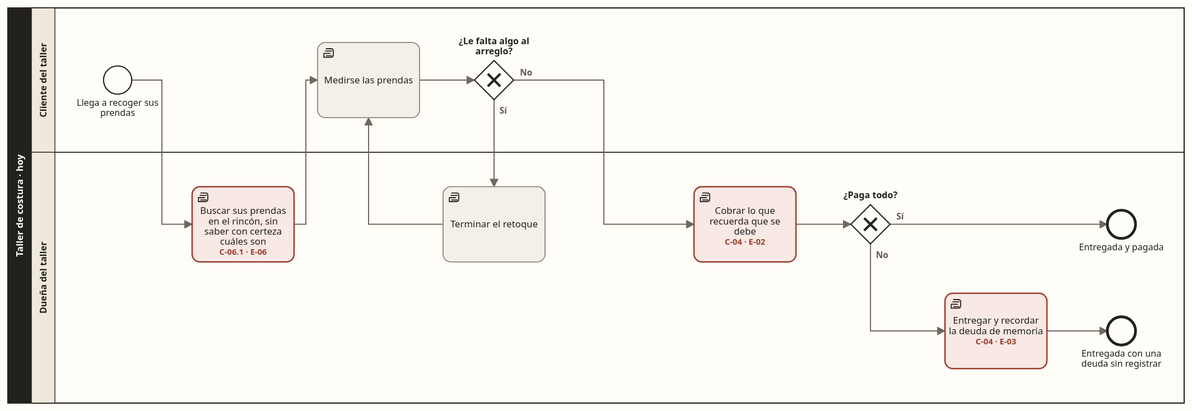
This is docs/01-problema/procesos/actual-3-entrega-y-cobro.svg from Aryannext/El-taller-ines, a BPMN export, as it was before one commit. Its source is kept beside it as docs/01-problema/procesos/actual-3-entrega-y-cobro.bpmn. Ids are renumbered.
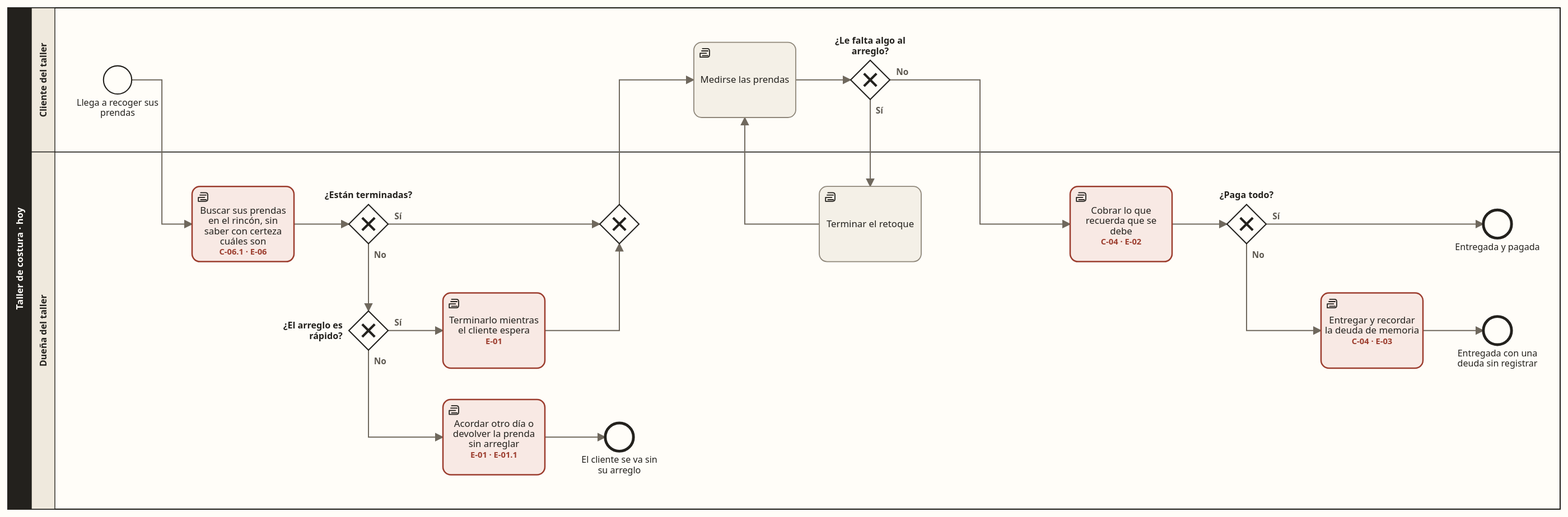
The same diagram one commit later.

What changed in the source:
```diff
@@ -11,6 +11,12 @@
       </bpmn:lane>
       <bpmn:lane id="Carril_duena" name="Dueña del taller">
         <bpmn:flowNodeRef>busca</bpmn:flowNodeRef>
+        <bpmn:flowNodeRef>terminadas</bpmn:flowNodeRef>
+        <bpmn:flowNodeRef>rapido</bpmn:flowNodeRef>
+        <bpmn:flowNodeRef>espera</bpmn:flowNodeRef>
+        <bpmn:flowNodeRef>otro_dia</bpmn:flowNodeRef>
+        <bpmn:flowNodeRef>sin_prenda</bpmn:flowNodeRef>
+        <bpmn:flowNodeRef>une</bpmn:flowNodeRef>
         <bpmn:flowNodeRef>retoque</bpmn:flowNodeRef>
         <bpmn:flowNodeRef>cobra</bpmn:flowNodeRef>
         <bpmn:flowNodeRef>paga</bpmn:flowNodeRef>
@@ -27,62 +33,97 @@
       <bpmn:incoming>Flujo_0</bpmn:incoming>
       <bpmn:outgoing>Flujo_1</bpmn:outgoing>
     </bpmn:manualTask>
+    <bpmn:exclusiveGateway id="terminadas" name="¿Están terminadas?">
+      <bpmn:incoming>Flujo_1</bpmn:incoming>
+      <bpmn:outgoing>Flujo_2</bpmn:outgoing>
+      <bpmn:outgoing>Flujo_3</bpmn:outgoing>
+    </bpmn:exclusiveGateway>
+    <bpmn:exclusiveGateway id="rapido" name="¿El arreglo es rápido?">
+      <bpmn:incoming>Flujo_3</bpmn:incoming>
+      <bpmn:outgoing>Flujo_4</bpmn:outgoing>
+      <bpmn:outgoing>Flujo_5</bpmn:outgoing>
+    </bpmn:exclusiveGateway>
+    <bpmn:manualTask id="espera" name="Terminarlo mientras el cliente espera&#10;E-01">
+      <bpmn:documentation>E-01</bpmn:documentation>
+      <bpmn:incoming>Flujo_4</bpmn:incoming>
+      <bpmn:outgoing>Flujo_6</bpmn:outgoing>
+    </bpmn:manualTask>
+    <bpmn:manualTask id="otro_dia" name="Acordar otro día o devolver la prenda sin arreglar&#10;E-01 · E-01.1">
+      <bpmn:documentation>E-01 · E-01.1</bpmn:documentation>
+      <bpmn:incoming>Flujo_5</bpmn:incoming>
+      <bpmn:outgoing>Flujo_7</bpmn:outgoing>
+    </bpmn:manualTask>
+    <bpmn:endEvent id="sin_prenda" name="El cliente se va sin su arreglo">
+      <bpmn:incoming>Flujo_7</bpmn:incoming>
+    </bpmn:endEvent>
+    <bpmn:exclusiveGateway id="une">
+      <bpmn:incoming>Flujo_2</bpmn:incoming>
+      <bpmn:incoming>Flujo_6</bpmn:incoming>
+      <bpmn:outgoing>Flujo_8</bpmn:outgoing>
+    </bpmn:exclusiveGateway>
     <bpmn:manualTask id="mide" name="Medirse las prendas">
-      <bpmn:incoming>Flujo_1</bpmn:incoming>
-      <bpmn:incoming>Flujo_4</bpmn:incoming>
-      <bpmn:outgoing>Flujo_2</bpmn:outgoing>
+      <bpmn:incoming>Flujo_8</bpmn:incoming>
+      <bpmn:incoming>Flujo_11</bpmn:incoming>
+      <bpmn:outgoing>Flujo_9</bpmn:outgoing>
     </bpmn:manualTask>
     <bpmn:exclusiveGateway id="falta" name="¿Le falta algo al arreglo?">
-      <bpmn:incoming>Flujo_2</bpmn:incoming>
-      <bpmn:outgoing>Flujo_3</bpmn:outgoing>
-      <bpmn:outgoing>Flujo_5</bpmn:outgoing>
+      <bpmn:incoming>Flujo_9</bpmn:incoming>
+      <bpmn:outgoing>Flujo_10</bpmn:outgoing>
+      <bpmn:outgoing>Flujo_12</bpmn:outgoing>
     </bpmn:exclusiveGateway>
     <bpmn:manualTask id="retoque" name="Terminar el retoque">
-      <bpmn:incoming>Flujo_3</bpmn:incoming>
-      <bpmn:outgoing>Flujo_4</bpmn:outgoing>
+      <bpmn:incoming>Flujo_10</bpmn:incoming>
+      <bpmn:outgoing>Flujo_11</bpmn:outgoing>
     </bpmn:manualTask>
     <bpmn:manualTask id="cobra" name="Cobrar lo que recuerda que se debe&#10;C-04 · E-02">
       <bpmn:documentation>C-04 · E-02</bpmn:documentation>
-      <bpmn:incoming>Flujo_5</bpmn:incoming>
-      <bpmn:outgoing>Flujo_6</bpmn:outgoing>
+      <bpmn:incoming>Flujo_12</bpmn:incoming>
+      <bpmn:outgoing>Flujo_13</bpmn:outgoing>
     </bpmn:manualTask>
     <bpmn:exclusiveGateway id="paga" name="¿Paga todo?">
-      <bpmn:incoming>Flujo_6</bpmn:incoming>
-      <bpmn:outgoing>Flujo_7</bpmn:outgoing>
-      <bpmn:outgoing>Flujo_8</bpmn:outgoing>
+      <bpmn:incoming>Flujo_13</bpmn:incoming>
+      <bpmn:outgoing>Flujo_14</bpmn:outgoing>
+      <bpmn:outgoing>Flujo_15</bpmn:outgoing>
     </bpmn:exclusiveGateway>
     <bpmn:endEvent id="pagada" name="Entregada y pagada">
-      <bpmn:incoming>Flujo_7</bpmn:incoming>
+      <bpmn:incoming>Flujo_14</bpmn:incoming>
     </bpmn:endEvent>
     <bpmn:manualTask id="deuda" name="Entregar y recordar la deuda de memoria&#10;C-04 · E-03">
       <bpmn:documentation>C-04 · E-03</bpmn:documentation>
-      <bpmn:incoming>Flujo_8</bpmn:incoming>
-      <bpmn:outgoing>Flujo_9</bpmn:outgoing>
+      <bpmn:incoming>Flujo_15</bpmn:incoming>
+      <bpmn:outgoing>Flujo_16</bpmn:outgoing>
     </bpmn:manualTask>
     <bpmn:endEvent id="con_deuda" name="Entregada con una deuda sin registrar">
-      <bpmn:incoming>Flujo_9</bpmn:incoming>
+      <bpmn:incoming>Flujo_16</bpmn:incoming>
     </bpmn:endEvent>
     <bpmn:sequenceFlow id="Flujo_0" sourceRef="llega" targetRef="busca" />
-    <bpmn:sequenceFlow id="Flujo_1" sourceRef="busca" targetRef="mide" />
-    <bpmn:sequenceFlow id="Flujo_2" sourceRef="mide" targetRef="falta" />
-    <bpmn:sequenceFlow id="Flujo_3" name="Sí" sourceRef="falta" targetRef="retoque" />
-    <bpmn:sequenceFlow id="Flujo_4" sourceRef="retoque" targetRef="mide" />
-    <bpmn:sequenceFlow id="Flujo_5" name="No" sourceRef="falta" targetRef="cobra" />
-    <bpmn:sequenceFlow id="Flujo_6" sourceRef="cobra" targetRef="paga" />
-    <bpmn:sequenceFlow id="Flujo_7" name="Sí" sourceRef="paga" targetRef="pagada" />
-    <bpmn:sequenceFlow id="Flujo_8" name="No" sourceRef="paga" targetRef="deuda" />
-    <bpmn:sequenceFlow id="Flujo_9" sourceRef="deuda" targetRef="con_deuda" />
+    <bpmn:sequenceFlow id="Flujo_1" sourceRef="busca" targetRef="terminadas" />
+    <bpmn:sequenceFlow id="Flujo_2" name="Sí" sourceRef="terminadas" targetRef="une" />
+    <bpmn:sequenceFlow id="Flujo_3" name="No" sourceRef="terminadas" targetRef="rapido" />
+    <bpmn:sequenceFlow id="Flujo_4" name="Sí" sourceRef="rapido" targetRef="espera" />
+    <bpmn:sequenceFlow id="Flujo_5" name="No" sourceRef="rapido" targetRef="otro_dia" />
+    <bpmn:sequenceFlow id="Flujo_6" sourceRef="espera" targetRef="une" />
+    <bpmn:sequenceFlow id="Flujo_7" sourceRef="otro_dia" targetRef="sin_prenda" />
+    <bpmn:sequenceFlow id="Flujo_8" sourceRef="une" targetRef="mide" />
+    <bpmn:sequenceFlow id="Flujo_9" sourceRef="mide" targetRef="falta" />
+    <bpmn:sequenceFlow id="Flujo_10" name="Sí" sourceRef="falta" targetRef="retoque" />
+    <bpmn:sequenceFlow id="Flujo_11" sourceRef="retoque" targetRef="mide" />
+    <bpmn:sequenceFlow id="Flujo_12" name="No" sourceRef="falta" targetRef="cobra" />
+    <bpmn:sequenceFlow id="Flujo_13" sourceRef="cobra" targetRef="paga" />
+    <bpmn:sequenceFlow id="Flujo_14" name="Sí" sourceRef="paga" targetRef="pagada" />
+    <bpmn:sequenceFlow id="Flujo_15" name="No" sourceRef="paga" targetRef="deuda" />
+    <bpmn:sequenceFlow id="Flujo_16" sourceRef="deuda" targetRef="con_deuda" />
   </bpmn:process>
   <bpmndi:BPMNDiagram id="Diagrama">
     <bpmndi:BPMNPlane id="Plano" bpmnElement="Colaboracion">
       <bpmndi:BPMNShape id="Participante_di" bpmnElement="Participante" isHorizontal="true">
-        <dc:Bounds x="10" y="10" width="1500" height="504" />
+        <dc:Bounds x="10" y="10" width="1980" height="640" />
       </bpmndi:BPMNShape>
       <bpmndi:BPMNShape id="Carril_cliente_di" bpmnElement="Carril_cliente" isHorizontal="true">
-        <dc:Bounds x="40" y="10" width="1470" height="184" />
+        <dc:Bounds x="40" y="10" width="1950" height="184" />
       </bpmndi:BPMNShape>
       <bpmndi:BPMNShape id="Carril_duena_di" bpmnElement="Carril_duena" isHorizontal="true">
-        <dc:Bounds x="40" y="194" width="1470" height="320" />
+        <dc:Bounds x="40" y="194" width="1950" height="456" />
       </bpmndi:BPMNShape>
       <bpmndi:BPMNShape id="llega_di" bpmnElement="llega">
         <dc:Bounds x="132" y="84" width="36" height="36" />
@@ -90,29 +131,47 @@
       <bpmndi:BPMNShape id="busca_di" bpmnElement="busca">
         <dc:Bounds x="245" y="238" width="130" height="96" />
       </bpmndi:BPMNShape>
+      <bpmndi:BPMNShape id="terminadas_di" bpmnElement="terminadas" isMarkerVisible="true">
+        <dc:Bounds x="445" y="261" width="50" height="50" />
+      </bpmndi:BPMNShape>
+      <bpmndi:BPMNShape id="rapido_di" bpmnElement="rapido" isMarkerVisible="true">
+        <dc:Bounds x="445" y="397" width="50" height="50" />
+      </bpmndi:BPMNShape>
+      <bpmndi:BPMNShape id="espera_di" bpmnElement="espera">
+        <dc:Bounds x="565" y="374" width="130" height="96" />
+      </bpmndi:BPMNShape>
+      <bpmndi:BPMNShape id="otro_dia_di" bpmnElement="otro_dia">
+        <dc:Bounds x="565" y="510" width="130" height="96" />
+      </bpmndi:BPMNShape>
+      <bpmndi:BPMNShape id="sin_prenda_di" bpmnElement="sin_prenda">
+        <dc:Bounds x="772" y="540" width="36" height="36" />
+      </bpmndi:BPMNShape>
+      <bpmndi:BPMNShape id="une_di" bpmnElement="une" isMarkerVisible="true">
+        <dc:Bounds x="765" y="261" width="50" height="50" />
+      </bpmndi:BPMNShape>
       <bpmndi:BPMNShape id="mide_di" bpmnElement="mide">
-        <dc:Bounds x="405" y="54" width="130" height="96" />
+        <dc:Bounds x="885" y="54" width="130" height="96" />
       </bpmndi:BPMNShape>
       <bpmndi:BPMNShape id="falta_di" bpmnElement="falta" isMarkerVisible="true">
-        <dc:Bounds x="605" y="77" width="50" height="50" />
+        <dc:Bounds x="1085" y="77" width="50" height="50" />
       </bpmndi:BPMNShape>
       <bpmndi:BPMNShape id="retoque_di" bpmnElement="retoque">
-        <dc:Bounds x="565" y="238" width="130" height="96" />
+        <dc:Bounds x="1045" y="238" width="130" height="96" />
       </bpmndi:BPMNShape>
       <bpmndi:BPMNShape id="cobra_di" bpmnElement="cobra">
-        <dc:Bounds x="885" y="238" width="130" height="96" />
+        <dc:Bounds x="1365" y="238" width="130" height="96" />
       </bpmndi:BPMNShape>
       <bpmndi:BPMNShape id="paga_di" bpmnElement="paga" isMarkerVisible="true">
-        <dc:Bounds x="1085" y="261" width="50" height="50" />
+        <dc:Bounds x="1565" y="261" width="50" height="50" />
       </bpmndi:BPMNShape>
       <bpmndi:BPMNShape id="pagada_di" bpmnElement="pagada">
-        <dc:Bounds x="1412" y="268" width="36" height="36" />
+        <dc:Bounds x="1892" y="268" width="36" height="36" />
       </bpmndi:BPMNShape>
       <bpmndi:BPMNShape id="deuda_di" bpmnElement="deuda">
-        <dc:Bounds x="1205" y="374" width="130" height="96" />
+        <dc:Bounds x="1685" y="374" width="130" height="96" />
       </bpmndi:BPMNShape>
       <bpmndi:BPMNShape id="con_deuda_di" bpmnElement="con_deuda">
-        <dc:Bounds x="1412" y="404" width="36" height="36" />
+        <dc:Bounds x="1892" y="404" width="36" height="36" />
       </bpmndi:BPMNShape>
       <bpmndi:BPMNEdge id="Flujo_0_di" bpmnElement="Flujo_0">
         <di:waypoint x="168" y="102" />
@@ -122,57 +181,98 @@
       </bpmndi:BPMNEdge>
       <bpmndi:BPMNEdge id="Flujo_1_di" bpmnElement="Flujo_1">
         <di:waypoint x="375" y="286" />
-        <di:waypoint x="390" y="286" />
-        <di:waypoint x="390" y="102" />
-        <di:waypoint x="405" y="102" />
+        <di:waypoint x="445" y="286" />
       </bpmndi:BPMNEdge>
       <bpmndi:BPMNEdge id="Flujo_2_di" bpmnElement="Flujo_2">
-        <di:waypoint x="535" y="102" />
-        <di:waypoint x="605" y="102" />
+        <di:waypoint x="495" y="286" />
+        <di:waypoint x="765" y="286" />
+        <bpmndi:BPMNLabel>
+          <dc:Bounds x="503" y="268" width="22" height="14" />
+        </bpmndi:BPMNLabel>
       </bpmndi:BPMNEdge>
       <bpmndi:BPMNEdge id="Flujo_3_di" bpmnElement="Flujo_3">
-        <di:waypoint x="630" y="127" />
-        <di:waypoint x="630" y="238" />
+        <di:waypoint x="470" y="311" />
+        <di:waypoint x="470" y="397" />
         <bpmndi:BPMNLabel>
-          <dc:Bounds x="637" y="133" width="22" height="14" />
+          <dc:Bounds x="477" y="317" width="22" height="14" />
         </bpmndi:BPMNLabel>
       </bpmndi:BPMNEdge>
       <bpmndi:BPMNEdge id="Flujo_4_di" bpmnElement="Flujo_4">
-        <di:waypoint x="565" y="286" />
-        <di:waypoint x="470" y="286" />
-        <di:waypoint x="470" y="150" />
+        <di:waypoint x="495" y="422" />
+        <di:waypoint x="565" y="422" />
+        <bpmndi:BPMNLabel>
+          <dc:Bounds x="503" y="404" width="22" height="14" />
+        </bpmndi:BPMNLabel>
       </bpmndi:BPMNEdge>
       <bpmndi:BPMNEdge id="Flujo_5_di" bpmnElement="Flujo_5">
-        <di:waypoint x="655" y="102" />
-        <di:waypoint x="770" y="102" />
-        <di:waypoint x="770" y="286" />
-        <di:waypoint x="885" y="286" />
+        <di:waypoint x="470" y="447" />
+        <di:waypoint x="470" y="558" />
+        <di:waypoint x="565" y="558" />
         <bpmndi:BPMNLabel>
-          <dc:Bounds x="663" y="84" width="22" height="14" />
+          <dc:Bounds x="477" y="453" width="22" height="14" />
         </bpmndi:BPMNLabel>
       </bpmndi:BPMNEdge>
       <bpmndi:BPMNEdge id="Flujo_6_di" bpmnElement="Flujo_6">
-        <di:waypoint x="1015" y="286" />
-        <di:waypoint x="1085" y="286" />
+        <di:waypoint x="695" y="422" />
+        <di:waypoint x="790" y="422" />
+        <di:waypoint x="790" y="311" />
       </bpmndi:BPMNEdge>
       <bpmndi:BPMNEdge id="Flujo_7_di" bpmnElement="Flujo_7">
-        <di:waypoint x="1135" y="286" />
-        <di:waypoint x="1412" y="286" />
+        <di:waypoint x="695" y="558" />
+        <di:waypoint x="772" y="558" />
+      </bpmndi:BPMNEdge>
+      <bpmndi:BPMNEdge id="Flujo_8_di" bpmnElement="Flujo_8">
+        <di:waypoint x="790" y="261" />
+        <di:waypoint x="790" y="102" />
+        <di:waypoint x="885" y="102" />
+      </bpmndi:BPMNEdge>
+      <bpmndi:BPMNEdge id="Flujo_9_di" bpmnElement="Flujo_9">
+        <di:waypoint x="1015" y="102" />
+        <di:waypoint x="1085" y="102" />
+      </bpmndi:BPMNEdge>
+      <bpmndi:BPMNEdge id="Flujo_10_di" bpmnElement="Flujo_10">
+        <di:waypoint x="1110" y="127" />
+        <di:waypoint x="1110" y="238" />
         <bpmndi:BPMNLabel>
-          <dc:Bounds x="1143" y="268" width="22" height="14" />
+          <dc:Bounds x="1117" y="133" width="22" height="14" />
         </bpmndi:BPMNLabel>
       </bpmndi:BPMNEdge>
-      <bpmndi:BPMNEdge id="Flujo_8_di" bpmnElement="Flujo_8">
-        <di:waypoint x="1110" y="311" />
-        <di:waypoint x="1110" y="422" />
-        <di:waypoint x="1205" y="422" />
+      <bpmndi:BPMNEdge id="Flujo_11_di" bpmnElement="Flujo_11">
+        <di:waypoint x="1045" y="286" />
+        <di:waypoint x="950" y="286" />
+        <di:waypoint x="950" y="150" />
+      </bpmndi:BPMNEdge>
+      <bpmndi:BPMNEdge id="Flujo_12_di" bpmnElement="Flujo_12">
+        <di:waypoint x="1135" y="102" />
+        <di:waypoint x="1250" y="102" />
+        <di:waypoint x="1250" y="286" />
+        <di:waypoint x="1365" y="286" />
         <bpmndi:BPMNLabel>
-          <dc:Bounds x="1117" y="317" width="22" height="14" />
+          <dc:Bounds x="1143" y="84" width="22" height="14" />
         </bpmndi:BPMNLabel>
       </bpmndi:BPMNEdge>
-      <bpmndi:BPMNEdge id="Flujo_9_di" bpmnElement="Flujo_9">
-        <di:waypoint x="1335" y="422" />
-        <di:waypoint x="1412" y="422" />
+      <bpmndi:BPMNEdge id="Flujo_13_di" bpmnElement="Flujo_13">
+        <di:waypoint x="1495" y="286" />
+        <di:waypoint x="1565" y="286" />
+      </bpmndi:BPMNEdge>
+      <bpmndi:BPMNEdge id="Flujo_14_di" bpmnElement="Flujo_14">
+        <di:waypoint x="1615" y="286" />
+        <di:waypoint x="1892" y="286" />
+        <bpmndi:BPMNLabel>
+          <dc:Bounds x="1623" y="268" width="22" height="14" />
+        </bpmndi:BPMNLabel>
+      </bpmndi:BPMNEdge>
+      <bpmndi:BPMNEdge id="Flujo_15_di" bpmnElement="Flujo_15">
+        <di:waypoint x="1590" y="311" />
+        <di:waypoint x="1590" y="422" />
+        <di:waypoint x="1685" y="422" />
+        <bpmndi:BPMNLabel>
+          <dc:Bounds x="1597" y="317" width="22" height="14" />
+        </bpmndi:BPMNLabel>
+      </bpmndi:BPMNEdge>
+      <bpmndi:BPMNEdge id="Flujo_16_di" bpmnElement="Flujo_16">
+        <di:waypoint x="1815" y="422" />
+        <di:waypoint x="1892" y="422" />
       </bpmndi:BPMNEdge>
     </bpmndi:BPMNPlane>
   </bpmndi:BPMNDiagram>
```
